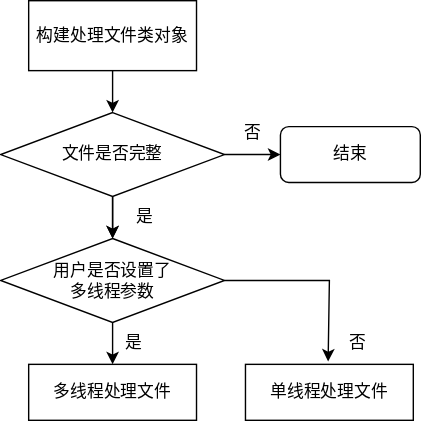
Earlier version of the draw.io export process.drawio.svg (CAIQIUJI/picture). Source tidied: cells renumbered, new cells last; positions are measured from the earlier drawing's top-left corner, leaving out a move shared by most shapes.
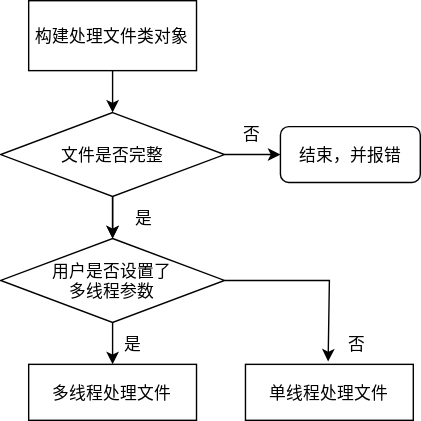
The same diagram one commit later.

Change to the diagram source:
```diff
@@ -2,52 +2,52 @@
   <root>
     <mxCell id="0" />
     <mxCell id="1" parent="0" />
-    <mxCell id="2" value="文件是否完整" style="rhombus;whiteSpace=wrap;html=1;" parent="1" vertex="1">
+    <mxCell id="2" value="文件是否完整" style="rhombus;" parent="1" vertex="1">
       <mxGeometry y="80" width="160" height="60" as="geometry" />
     </mxCell>
-    <mxCell id="3" style="endArrow=classic;html=1;rounded=0;exitX=0.5;exitY=1;exitDx=0;exitDy=0;entryX=0.5;entryY=0;entryDx=0;entryDy=0;" parent="1" edge="1" source="4" target="2">
+    <mxCell id="3" style="endArrow=classic;rounded=0;exitX=0.5;exitY=1;exitDx=0;exitDy=0;entryX=0.5;entryY=0;entryDx=0;entryDy=0;" parent="1" edge="1" source="4" target="2">
       <mxGeometry relative="1" as="geometry" />
     </mxCell>
-    <mxCell id="4" value="构建处理文件类对象" style="rounded=0;whiteSpace=wrap;html=1;" parent="1" vertex="1">
+    <mxCell id="4" value="构建处理文件类对象" style="rounded=0;" parent="1" vertex="1">
       <mxGeometry x="20" width="120" height="50" as="geometry" />
     </mxCell>
-    <mxCell id="5" style="endArrow=classic;html=1;rounded=0;exitX=0.5;exitY=1;exitDx=0;exitDy=0;" parent="1" edge="1" source="2">
+    <mxCell id="5" style="endArrow=classic;rounded=0;exitX=0.5;exitY=1;exitDx=0;exitDy=0;" parent="1" edge="1" source="2">
       <mxGeometry relative="1" as="geometry">
         <mxPoint x="80" y="170" as="targetPoint" />
       </mxGeometry>
     </mxCell>
-    <mxCell id="6" value="是" style="text;html=1;align=center;verticalAlign=middle;strokeColor=none;fillColor=none;" parent="1" vertex="1">
+    <mxCell id="6" value="是" style="text;align=center;verticalAlign=middle;strokeColor=none;fillColor=none;" parent="1" vertex="1">
       <mxGeometry x="82.5" y="140" width="40" height="30" as="geometry" />
     </mxCell>
-    <mxCell id="7" value="否" style="text;html=1;align=center;verticalAlign=middle;strokeColor=none;fillColor=none;" parent="1" vertex="1">
+    <mxCell id="7" value="否" style="text;align=center;verticalAlign=middle;strokeColor=none;fillColor=none;" parent="1" vertex="1">
       <mxGeometry x="160" y="80" width="40" height="30" as="geometry" />
     </mxCell>
-    <mxCell id="8" value="结束" style="rounded=1;whiteSpace=wrap;html=1;" parent="1" vertex="1">
+    <mxCell id="8" value="结束，并报错" style="rounded=1;" parent="1" vertex="1">
       <mxGeometry x="200" y="90" width="100" height="40" as="geometry" />
     </mxCell>
-    <mxCell id="9" style="endArrow=classic;html=1;rounded=0;exitX=1;exitY=0.5;exitDx=0;exitDy=0;" parent="1" edge="1" source="2" target="8">
+    <mxCell id="9" style="endArrow=classic;rounded=0;exitX=1;exitY=0.5;exitDx=0;exitDy=0;" parent="1" edge="1" source="2" target="8">
       <mxGeometry relative="1" as="geometry" />
     </mxCell>
-    <mxCell id="10" value="用户是否设置了&lt;br style=&quot;border-color: var(--border-color);&quot;&gt;&lt;span style=&quot;border-color: var(--border-color);&quot;&gt;多线程参数&lt;/span&gt;" style="rhombus;whiteSpace=wrap;html=1;" parent="1" vertex="1">
+    <mxCell id="10" value="用户是否设置了&#10;多线程参数" style="rhombus;" parent="1" vertex="1">
       <mxGeometry y="170" width="160" height="60" as="geometry" />
     </mxCell>
-    <mxCell id="11" style="endArrow=classic;html=1;rounded=0;exitX=0.5;exitY=1;exitDx=0;exitDy=0;entryX=0.5;entryY=0;entryDx=0;entryDy=0;" parent="1" edge="1" target="10">
+    <mxCell id="11" style="endArrow=classic;rounded=0;exitX=0.5;exitY=1;exitDx=0;exitDy=0;entryX=0.5;entryY=0;entryDx=0;entryDy=0;" parent="1" edge="1" target="10">
       <mxGeometry relative="1" as="geometry">
         <mxPoint x="80" y="140" as="sourcePoint" />
       </mxGeometry>
     </mxCell>
-    <mxCell id="12" value="多线程处理文件" style="rounded=0;whiteSpace=wrap;html=1;" parent="1" vertex="1">
+    <mxCell id="12" value="多线程处理文件" style="rounded=0;" parent="1" vertex="1">
       <mxGeometry x="20" y="260" width="120" height="40" as="geometry" />
     </mxCell>
-    <mxCell id="13" style="endArrow=classic;html=1;rounded=0;exitX=0.5;exitY=1;exitDx=0;exitDy=0;" parent="1" edge="1" source="10">
+    <mxCell id="13" style="endArrow=classic;rounded=0;exitX=0.5;exitY=1;exitDx=0;exitDy=0;" parent="1" edge="1" source="10">
       <mxGeometry relative="1" as="geometry">
         <mxPoint x="80" y="260" as="targetPoint" />
       </mxGeometry>
     </mxCell>
-    <mxCell id="14" value="是" style="text;html=1;align=center;verticalAlign=middle;strokeColor=none;fillColor=none;" parent="1" vertex="1">
+    <mxCell id="14" value="是" style="text;align=center;verticalAlign=middle;strokeColor=none;fillColor=none;" parent="1" vertex="1">
       <mxGeometry x="75" y="230" width="40" height="30" as="geometry" />
     </mxCell>
-    <mxCell id="15" style="endArrow=classic;html=1;rounded=0;exitX=1;exitY=0.5;exitDx=0;exitDy=0;entryX=0.394;entryY=-0.05;entryDx=0;entryDy=0;entryPerimeter=0;" parent="1" edge="1" source="10">
+    <mxCell id="15" style="endArrow=classic;rounded=0;exitX=1;exitY=0.5;exitDx=0;exitDy=0;entryX=0.394;entryY=-0.05;entryDx=0;entryDy=0;entryPerimeter=0;" parent="1" edge="1" source="10">
       <mxGeometry relative="1" as="geometry">
         <mxPoint x="234.1" y="258" as="targetPoint" />
         <Array as="points">
@@ -55,10 +55,10 @@
         </Array>
       </mxGeometry>
     </mxCell>
-    <mxCell id="16" value="否" style="text;html=1;align=center;verticalAlign=middle;strokeColor=none;fillColor=none;" parent="1" vertex="1">
+    <mxCell id="16" value="否" style="text;align=center;verticalAlign=middle;strokeColor=none;fillColor=none;" parent="1" vertex="1">
       <mxGeometry x="235" y="230" width="40" height="30" as="geometry" />
     </mxCell>
-    <mxCell id="17" value="单线程处理文件" style="rounded=0;whiteSpace=wrap;html=1;" parent="1" vertex="1">
+    <mxCell id="17" value="单线程处理文件" style="rounded=0;" parent="1" vertex="1">
       <mxGeometry x="175" y="260" width="120" height="40" as="geometry" />
     </mxCell>
   </root>
```
